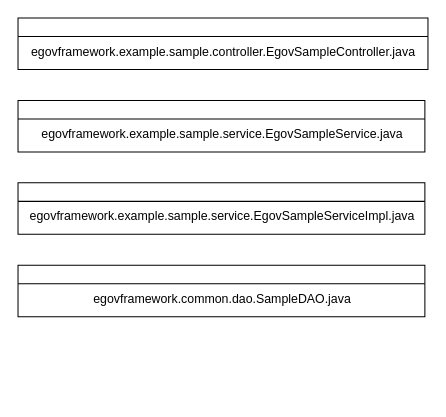
Earlier version of the draw.io diagram Class Diagram.drawio (iJaeDragon/eGovFramework). Source tidied: cells renumbered, new cells numbered last; positions are measured from the earlier drawing's top-left corner, leaving out a move shared by most shapes. Both pictures are drawn from the tidied source at 103%, with x=0, y=0 at pixel (18, 18).
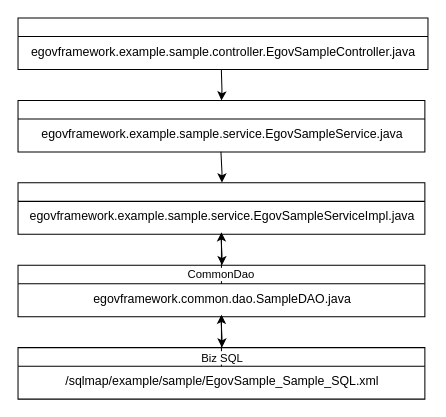
After the change.

Unchanged cells that the change refers to:
```xml
<mxCell id="3" value="egovframework.example.sample.service.EgovSampleServiceImpl.java" style="text;html=1;align=center;verticalAlign=middle;points=[];strokeColor=none;fillColor=none;" parent="2" vertex="1">
  <mxGeometry y="18" width="395" height="30" as="geometry" />
</mxCell>
<mxCell id="4" style="swimlane;fontStyle=0;align=center;verticalAlign=top;horizontal=1;startSize=18;rounded=0;shadow=0;strokeWidth=1;" parent="1" vertex="1">
  <mxGeometry y="80" width="395" height="50" as="geometry" />
</mxCell>
<mxCell id="7" value="egovframework.example.sample.controller.EgovSampleController.java" style="text;html=1;align=center;verticalAlign=middle;points=[];strokeColor=none;fillColor=none;" parent="6" vertex="1">
  <mxGeometry y="18" width="398" height="30" as="geometry" />
</mxCell>
<mxCell id="9" value="egovframework.common.dao.SampleDAO.java" style="text;html=1;align=center;verticalAlign=middle;points=[];strokeColor=none;fillColor=none;" parent="8" vertex="1">
  <mxGeometry y="18" width="395" height="30" as="geometry" />
</mxCell>
```

What changed in the source:
```diff
@@
+    <mxCell id="10" style="swimlane;fontStyle=0;align=center;verticalAlign=top;horizontal=1;startSize=18;rounded=0;shadow=0;strokeWidth=1;" parent="1" vertex="1">
+      <mxGeometry y="320" width="395" height="50" as="geometry" />
+    </mxCell>
+    <mxCell id="11" value="/sqlmap/example/sample/EgovSample_Sample_SQL.xml" style="text;html=1;align=center;verticalAlign=middle;points=[];strokeColor=none;fillColor=none;" parent="10" vertex="1">
+      <mxGeometry y="18" width="395" height="30" as="geometry" />
+    </mxCell>
+    <mxCell id="12" style="endArrow=classic;html=1;rounded=0;exitX=0.496;exitY=1.074;exitDx=0;exitDy=0;exitPerimeter=0;entryX=0.5;entryY=0;entryDx=0;entryDy=0;" parent="1" edge="1" source="7" target="4">
+      <mxGeometry relative="1" as="geometry">
+        <Array as="points">
+          <mxPoint x="198" y="70" />
+        </Array>
+      </mxGeometry>
+    </mxCell>
+    <mxCell id="13" style="endArrow=classic;html=1;rounded=0;exitX=0.496;exitY=1.074;exitDx=0;exitDy=0;exitPerimeter=0;entryX=0.5;entryY=0;entryDx=0;entryDy=0;" parent="1" edge="1">
+      <mxGeometry relative="1" as="geometry">
+        <mxPoint x="197" y="129.8" as="sourcePoint" />
+        <mxPoint x="198" y="159.8" as="targetPoint" />
+        <Array as="points">
+          <mxPoint x="198" y="149.8" />
+        </Array>
+      </mxGeometry>
+    </mxCell>
+    <mxCell id="14" style="endArrow=classic;html=1;rounded=0;exitX=0.496;exitY=1.074;exitDx=0;exitDy=0;exitPerimeter=0;entryX=0.5;entryY=0;entryDx=0;entryDy=0;" parent="1" edge="1">
+      <mxGeometry relative="1" as="geometry">
+        <mxPoint x="197" y="210" as="sourcePoint" />
+        <mxPoint x="198" y="240" as="targetPoint" />
+        <Array as="points">
+          <mxPoint x="198" y="230" />
+        </Array>
+      </mxGeometry>
+    </mxCell>
+    <mxCell id="15" style="endArrow=classic;html=1;rounded=0;exitX=0.496;exitY=1.074;exitDx=0;exitDy=0;exitPerimeter=0;entryX=0.5;entryY=0;entryDx=0;entryDy=0;" parent="1" edge="1">
+      <mxGeometry relative="1" as="geometry">
+        <mxPoint x="197" y="290" as="sourcePoint" />
+        <mxPoint x="198" y="320" as="targetPoint" />
+        <Array as="points">
+          <mxPoint x="198" y="310" />
+        </Array>
+      </mxGeometry>
+    </mxCell>
+    <mxCell id="16" style="edgeStyle=orthogonalEdgeStyle;rounded=0;jettySize=auto;html=1;" parent="1" edge="1" source="9" target="3">
+      <mxGeometry relative="1" as="geometry" />
+    </mxCell>
+    <mxCell id="17" value="CommonDao" style="edgeLabel;html=1;align=center;verticalAlign=middle;" parent="16" vertex="1">
+      <mxGeometry x="-0.6" y="1" relative="1" as="geometry" />
+    </mxCell>
+    <mxCell id="18" style="edgeStyle=orthogonalEdgeStyle;rounded=0;jettySize=auto;html=1;" parent="1" edge="1" source="11" target="9">
+      <mxGeometry relative="1" as="geometry" />
+    </mxCell>
+    <mxCell id="19" value="Biz SQL" style="edgeLabel;html=1;align=center;verticalAlign=middle;" parent="18" vertex="1">
+      <mxGeometry x="-0.63" relative="1" as="geometry" />
+    </mxCell>
```
